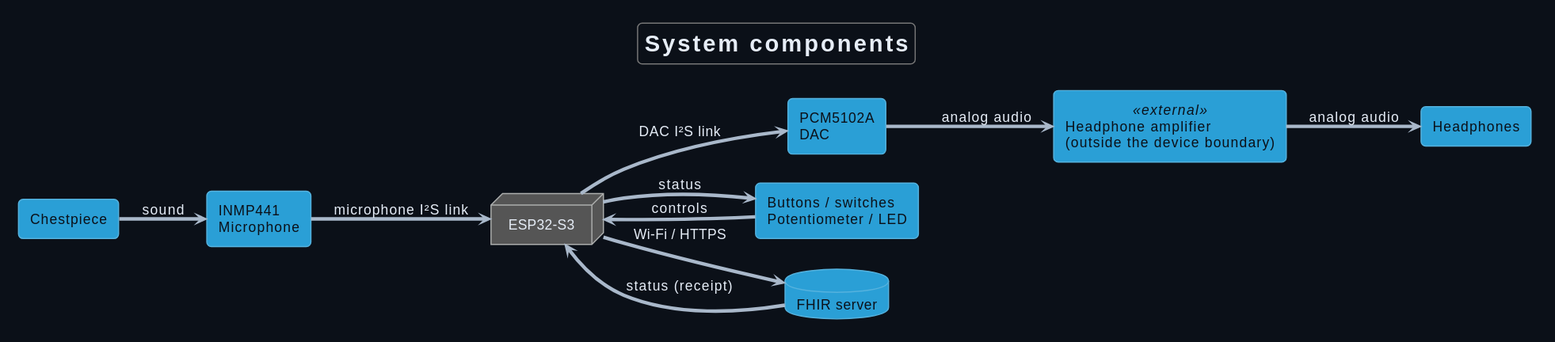
Above: Development/system/architecture/system/rendered/system_components.svg in DemonicPsychoII/DigitalStethoscope (PlantUML), before the change.
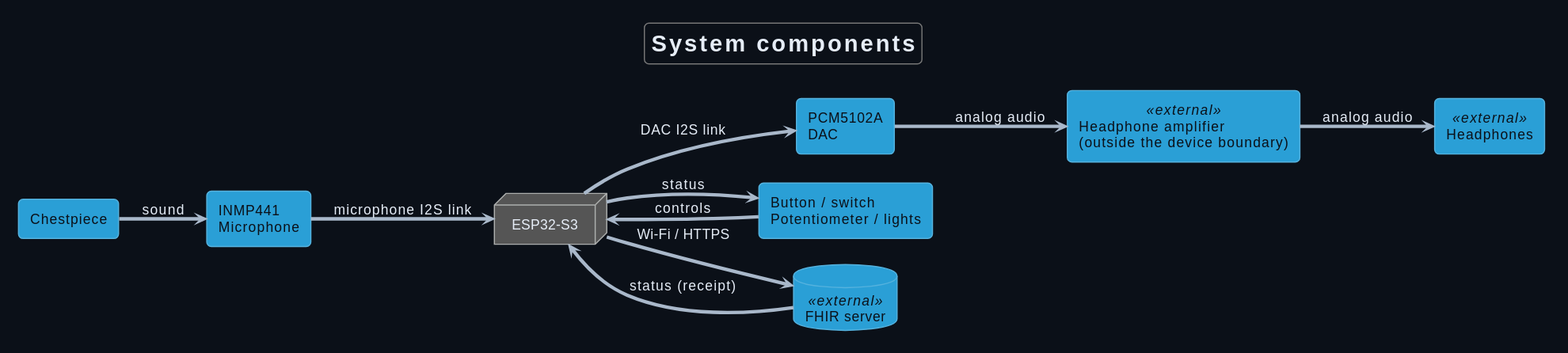
The same file after the commit.

What changed in the source:
```diff
@@ -10,14 +10,6 @@
 }
 skinparam component {
  FontColor #0b1018
- BackgroundColor<<optional>> #273241
- BorderColor<<optional>> #61738a
- FontColor<<optional>> #b8c4d4
-}
-skinparam artifact {
- BackgroundColor<<optional>> #273241
- BorderColor<<optional>> #61738a
- FontColor<<optional>> #b8c4d4
 }
 skinparam componentStyle rectangle
 skinparam defaultFontName SansSerif
@@ -28,12 +20,12 @@
 node "ESP32-S3" as cpu
 component "PCM5102A\nDAC" as dac
 component "Headphone amplifier\n(outside the device boundary)" as amp <<external>>
-component "Headphones" as hp
-component "Buttons / switches\nPotentiometer / LED" as controls
-database "FHIR server" as server
+component "Headphones" as hp <<external>>
+component "Button / switch\nPotentiometer / lights" as controls
+database "FHIR server" as server <<external>>
 chest --> mic : sound
-mic --> cpu : microphone I²S link
-cpu --> dac : DAC I²S link
+mic --> cpu : microphone I2S link
+cpu --> dac : DAC I2S link
 dac --> amp : analog audio
 amp --> hp : analog audio
 controls --> cpu : controls
```
